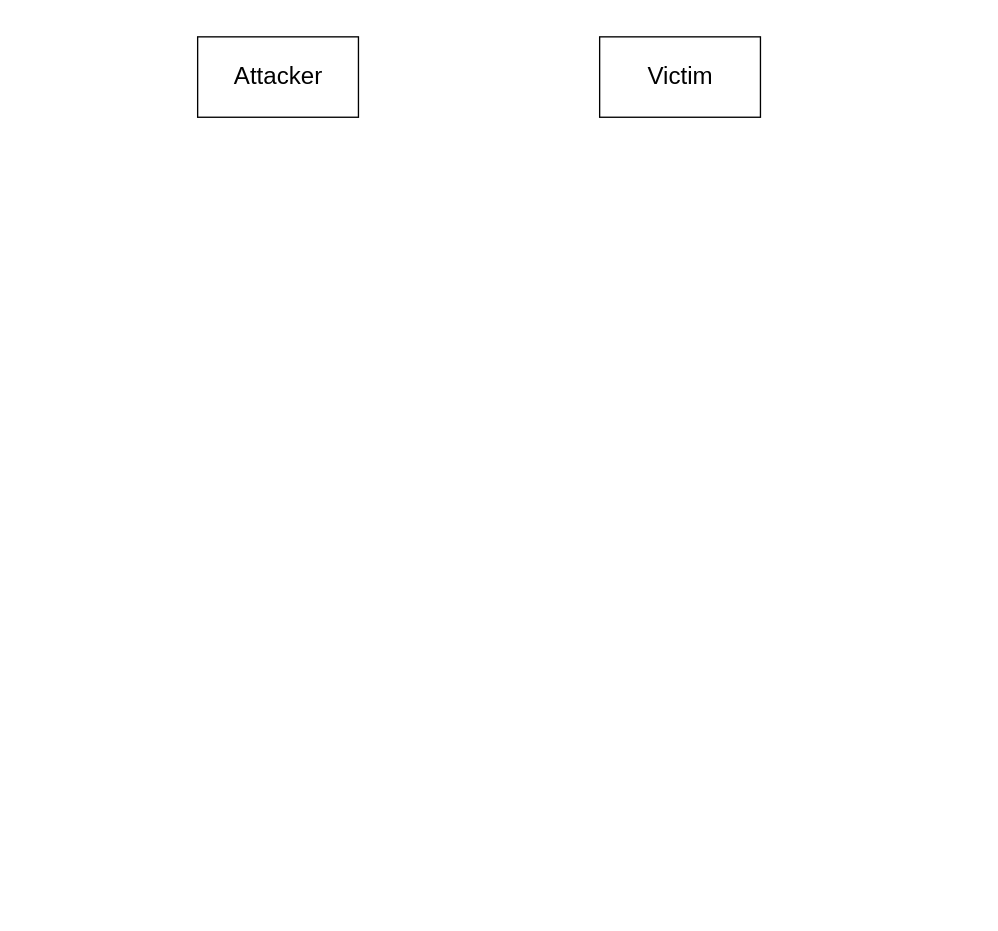
Earlier version of the draw.io diagram Project3-Ransomware-Propagation-and-Payload/flow_chart/Untitled Diagram.drawio (chilin0525/NCTU-Computer-Security-Capstone). Source tidied: cells renumbered, new cells numbered last; positions are measured from the earlier drawing's top-left corner, leaving out a move shared by most shapes. Both pictures are drawn from the tidied source at 134%, with x=0, y=0 at pixel (197, 36).
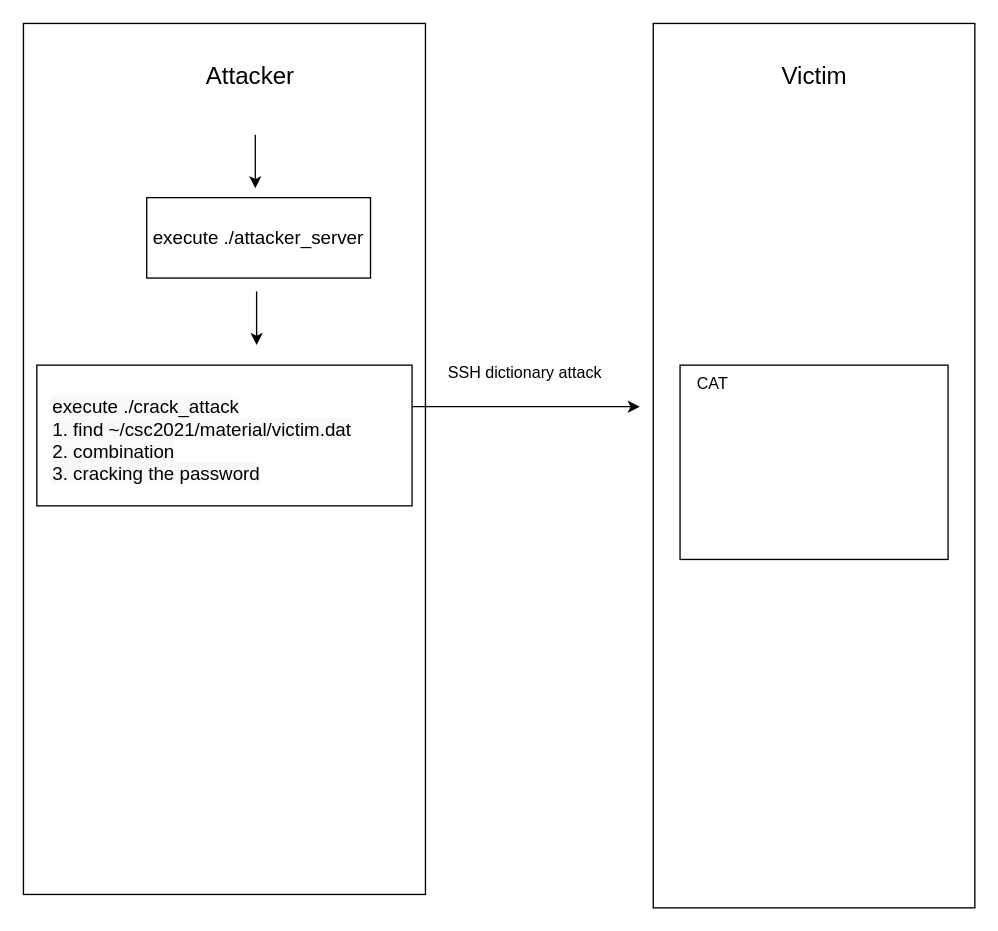
The same diagram, later.

The edit, as a diff of the source:
```diff
@@
 <mxGraphModel>
   <root>
     <mxCell id="0" />
     <mxCell id="1" parent="0" />
     <mxCell id="2" style="rounded=0;whiteSpace=wrap;html=1;" parent="1" vertex="1">
-      <mxGeometry width="120" height="60" as="geometry" />
+      <mxGeometry x="-130" y="-10" width="300" height="650" as="geometry" />
     </mxCell>
     <mxCell id="3" style="rounded=0;whiteSpace=wrap;html=1;" parent="1" vertex="1">
-      <mxGeometry x="300" width="120" height="60" as="geometry" />
+      <mxGeometry x="340" y="-10" width="240" height="660" as="geometry" />
     </mxCell>
     <mxCell id="4" value="&lt;font style=&quot;font-size: 18px&quot;&gt;Attacker&lt;/font&gt;" style="text;html=1;align=center;verticalAlign=middle;fillColor=none;strokeColor=none;rounded=0;" parent="1" vertex="1">
-      <mxGeometry x="20" y="20" width="80" height="20" as="geometry" />
+      <mxGeometry x="-1" y="20" width="80" height="20" as="geometry" />
     </mxCell>
     <mxCell id="5" value="&lt;font style=&quot;font-size: 18px&quot;&gt;Victim&lt;/font&gt;" style="text;html=1;align=center;verticalAlign=middle;fillColor=none;strokeColor=none;rounded=0;" parent="1" vertex="1">
-      <mxGeometry x="330" y="20" width="60" height="20" as="geometry" />
+      <mxGeometry x="430" y="20" width="60" height="20" as="geometry" />
     </mxCell>
+    <mxCell id="6" style="rounded=0;whiteSpace=wrap;html=1;" parent="1" vertex="1">
+      <mxGeometry x="-38" y="120" width="167" height="60" as="geometry" />
+    </mxCell>
+    <mxCell id="7" value="&lt;span style=&quot;font-size: 14px&quot;&gt;execute ./attacker_server&lt;/span&gt;" style="text;html=1;align=center;verticalAlign=middle;fillColor=none;strokeColor=none;rounded=0;" parent="1" vertex="1">
+      <mxGeometry x="-40" y="140" width="170" height="20" as="geometry" />
+    </mxCell>
+    <mxCell id="8" style="endArrow=classic;html=1;" parent="1" edge="1">
+      <mxGeometry relative="1" as="geometry">
+        <mxPoint x="43" y="73" as="sourcePoint" />
+        <mxPoint x="43" y="113" as="targetPoint" />
+      </mxGeometry>
+    </mxCell>
+    <mxCell id="9" style="rounded=0;whiteSpace=wrap;html=1;" parent="1" vertex="1">
+      <mxGeometry x="-120" y="245" width="280" height="105" as="geometry" />
+    </mxCell>
+    <mxCell id="10" style="endArrow=classic;html=1;" parent="1" edge="1">
+      <mxGeometry relative="1" as="geometry">
+        <mxPoint x="44" y="190" as="sourcePoint" />
+        <mxPoint x="44" y="230" as="targetPoint" />
+      </mxGeometry>
+    </mxCell>
+    <mxCell id="11" style="edgeStyle=orthogonalEdgeStyle;rounded=0;jettySize=auto;html=1;" parent="1" edge="1" source="12">
+      <mxGeometry relative="1" as="geometry">
+        <mxPoint x="330" y="276" as="targetPoint" />
+      </mxGeometry>
+    </mxCell>
+    <mxCell id="12" value="&lt;span style=&quot;color: rgb(0 , 0 , 0) ; font-family: &amp;#34;helvetica&amp;#34; ; font-size: 14px ; font-style: normal ; font-weight: 400 ; letter-spacing: normal ; text-align: center ; text-indent: 0px ; text-transform: none ; word-spacing: 0px ; background-color: rgb(248 , 249 , 250) ; display: inline ; float: none&quot;&gt;execute ./crack_attack&lt;br&gt;1. find ~/csc2021/material/victim.dat&lt;br&gt;2. combination&lt;br&gt;3. cracking the password&lt;br&gt;&lt;/span&gt;" style="text;whiteSpace=wrap;html=1;" parent="1" vertex="1">
+      <mxGeometry x="-110" y="261" width="270" height="30" as="geometry" />
+    </mxCell>
+    <mxCell id="13" value="SSH dictionary attack" style="text;html=1;align=center;verticalAlign=middle;fillColor=none;strokeColor=none;rounded=0;" parent="1" vertex="1">
+      <mxGeometry x="179" y="241" width="130" height="20" as="geometry" />
+    </mxCell>
+    <mxCell id="14" style="rounded=0;whiteSpace=wrap;html=1;" parent="1" vertex="1">
+      <mxGeometry x="360" y="245" width="200" height="145" as="geometry" />
+    </mxCell>
+    <mxCell id="15" value="CAT" style="text;html=1;align=center;verticalAlign=middle;fillColor=none;strokeColor=none;rounded=0;" parent="1" vertex="1">
+      <mxGeometry x="364" y="249" width="40" height="20" as="geometry" />
+    </mxCell>
   </root>
 </mxGraphModel>
```
